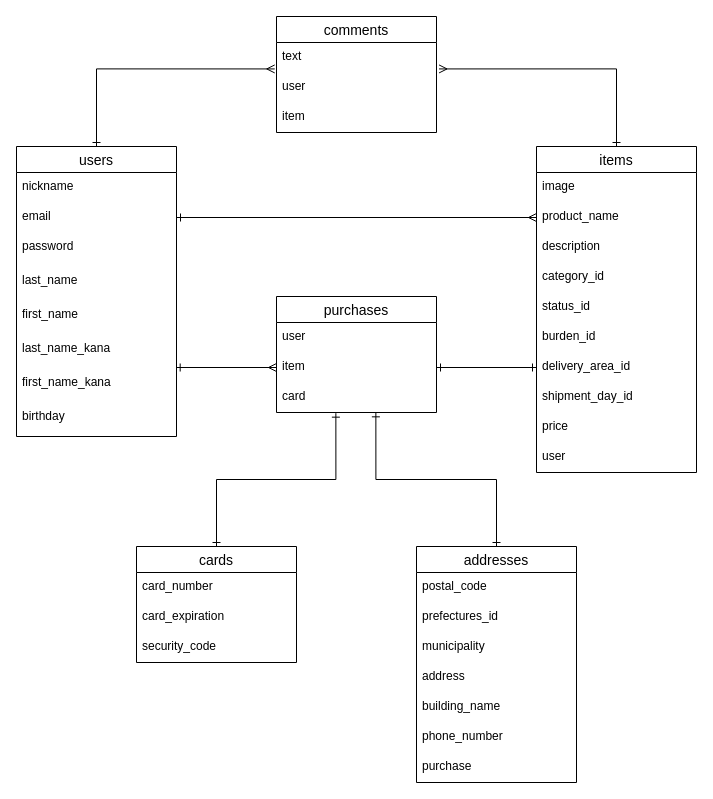
habato/furima-36206 keeps this draw.io diagram as furima-36206.dio. Above is the earlier version. Source tidied: cells renumbered, new cells numbered last; positions are measured from the earlier drawing's top-left corner, leaving out a move shared by most shapes. Both pictures are drawn from the tidied source at 100%, with x=0, y=0 at pixel (16, 16).
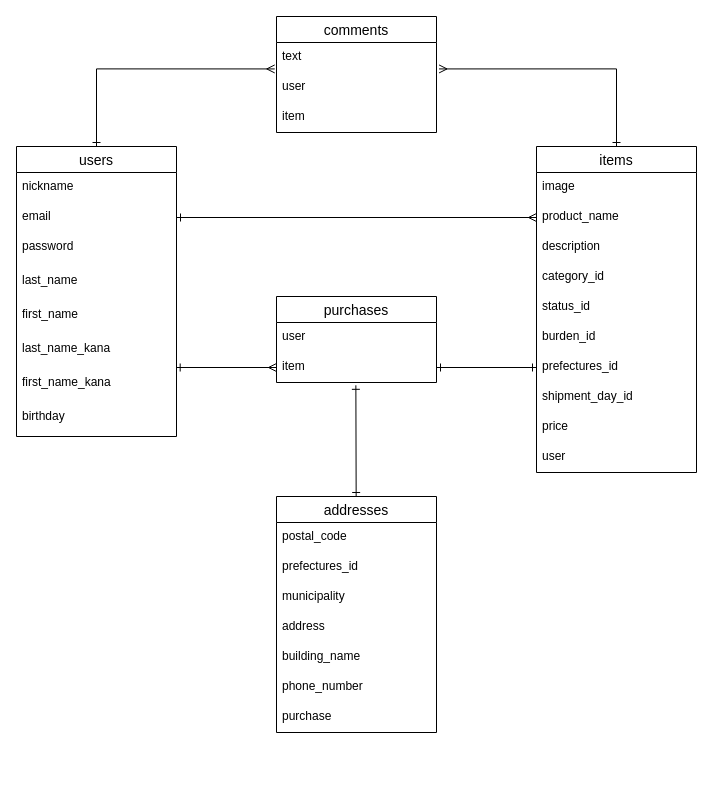
Above is the later version.

The change refers to these unchanged cells:
```xml
<mxCell id="17" value="items" style="swimlane;fontStyle=0;horizontal=1;startSize=26;align=center;fontSize=14;" parent="1" vertex="1">
  <mxGeometry x="520" y="130" width="160" height="326" as="geometry" />
</mxCell>
<mxCell id="30" value="item" style="text;strokeColor=none;fillColor=none;spacingLeft=4;spacingRight=4;overflow=hidden;points=[[0,0.5],[1,0.5]];portConstraint=eastwest;fontSize=12;" parent="28" vertex="1">
  <mxGeometry y="56" width="160" height="30" as="geometry" />
</mxCell>
```

Diff of the diagram source:
```diff
@@
-    <mxCell id="24" value="delivery_area_id" style="text;strokeColor=none;fillColor=none;spacingLeft=4;spacingRight=4;overflow=hidden;points=[[0,0.5],[1,0.5]];portConstraint=eastwest;fontSize=12;" parent="17" vertex="1">
+    <mxCell id="24" value="prefectures_id" style="text;strokeColor=none;fillColor=none;spacingLeft=4;spacingRight=4;overflow=hidden;points=[[0,0.5],[1,0.5]];portConstraint=eastwest;fontSize=12;" parent="17" vertex="1">
       <mxGeometry y="206" width="160" height="30" as="geometry" />
     </mxCell>
@@
     <mxCell id="28" value="purchases" style="swimlane;fontStyle=0;horizontal=1;startSize=26;align=center;fontSize=14;" parent="1" vertex="1">
-      <mxGeometry x="260" y="280" width="160" height="116" as="geometry" />
+      <mxGeometry x="260" y="280" width="160" height="86" as="geometry" />
     </mxCell>
@@
-    <mxCell id="31" value="card" style="text;strokeColor=none;fillColor=none;spacingLeft=4;spacingRight=4;overflow=hidden;points=[[0,0.5],[1,0.5]];portConstraint=eastwest;fontSize=12;" parent="28" vertex="1">
-      <mxGeometry y="86" width="160" height="30" as="geometry" />
-    </mxCell>
-    <mxCell id="32" style="edgeStyle=orthogonalEdgeStyle;rounded=0;sketch=0;jettySize=auto;html=1;entryX=0.621;entryY=1.011;entryDx=0;entryDy=0;entryPerimeter=0;startArrow=ERone;startFill=0;endArrow=ERone;endFill=0;" parent="1" edge="1" source="33" target="31">
-      <mxGeometry relative="1" as="geometry" />
-    </mxCell>
+    <mxCell id="49" style="edgeStyle=none;rounded=0;sketch=0;jettySize=auto;html=1;entryX=0.496;entryY=1.094;entryDx=0;entryDy=0;entryPerimeter=0;startArrow=ERone;startFill=0;endArrow=ERone;endFill=0;" parent="1" edge="1" source="33" target="30">
+      <mxGeometry relative="1" as="geometry" />
+    </mxCell>
     <mxCell id="33" value="addresses" style="swimlane;fontStyle=0;horizontal=1;startSize=26;align=center;fontSize=14;" parent="1" vertex="1">
-      <mxGeometry x="400" y="530" width="160" height="236" as="geometry" />
+      <mxGeometry x="260" y="480" width="160" height="236" as="geometry" />
     </mxCell>
@@
-    <mxCell id="41" style="edgeStyle=orthogonalEdgeStyle;rounded=0;sketch=0;jettySize=auto;html=1;exitX=0.5;exitY=0;exitDx=0;exitDy=0;entryX=0.371;entryY=1.022;entryDx=0;entryDy=0;entryPerimeter=0;startArrow=ERone;startFill=0;endArrow=ERone;endFill=0;" parent="1" edge="1" source="42" target="31">
-      <mxGeometry relative="1" as="geometry" />
-    </mxCell>
-    <mxCell id="42" value="cards" style="swimlane;fontStyle=0;horizontal=1;startSize=26;align=center;fontSize=14;" parent="1" vertex="1">
-      <mxGeometry x="120" y="530" width="160" height="116" as="geometry" />
-    </mxCell>
-    <mxCell id="43" value="card_number" style="text;strokeColor=none;fillColor=none;spacingLeft=4;spacingRight=4;overflow=hidden;fontSize=12;" parent="42" vertex="1">
-      <mxGeometry y="26" width="160" height="30" as="geometry" />
-    </mxCell>
-    <mxCell id="44" value="card_expiration" style="text;strokeColor=none;fillColor=none;spacingLeft=4;spacingRight=4;overflow=hidden;fontSize=12;" parent="42" vertex="1">
-      <mxGeometry y="56" width="160" height="30" as="geometry" />
-    </mxCell>
-    <mxCell id="45" value="security_code" style="text;strokeColor=none;fillColor=none;spacingLeft=4;spacingRight=4;overflow=hidden;fontSize=12;" parent="42" vertex="1">
-      <mxGeometry y="86" width="160" height="30" as="geometry" />
-    </mxCell>
```
